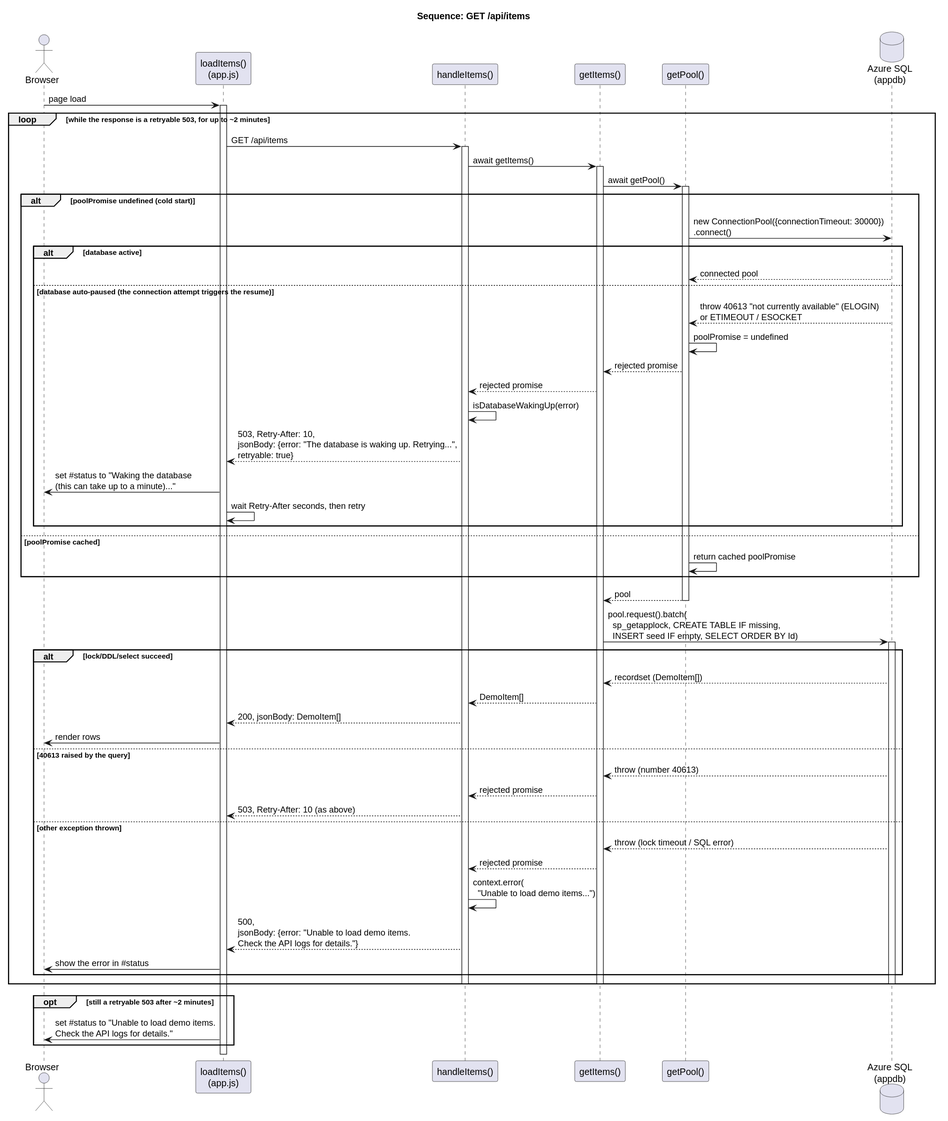
Above: uml/interaction/11-sequence.svg in wolffy-au/frictionless-sample-azure (PlantUML), before the change.
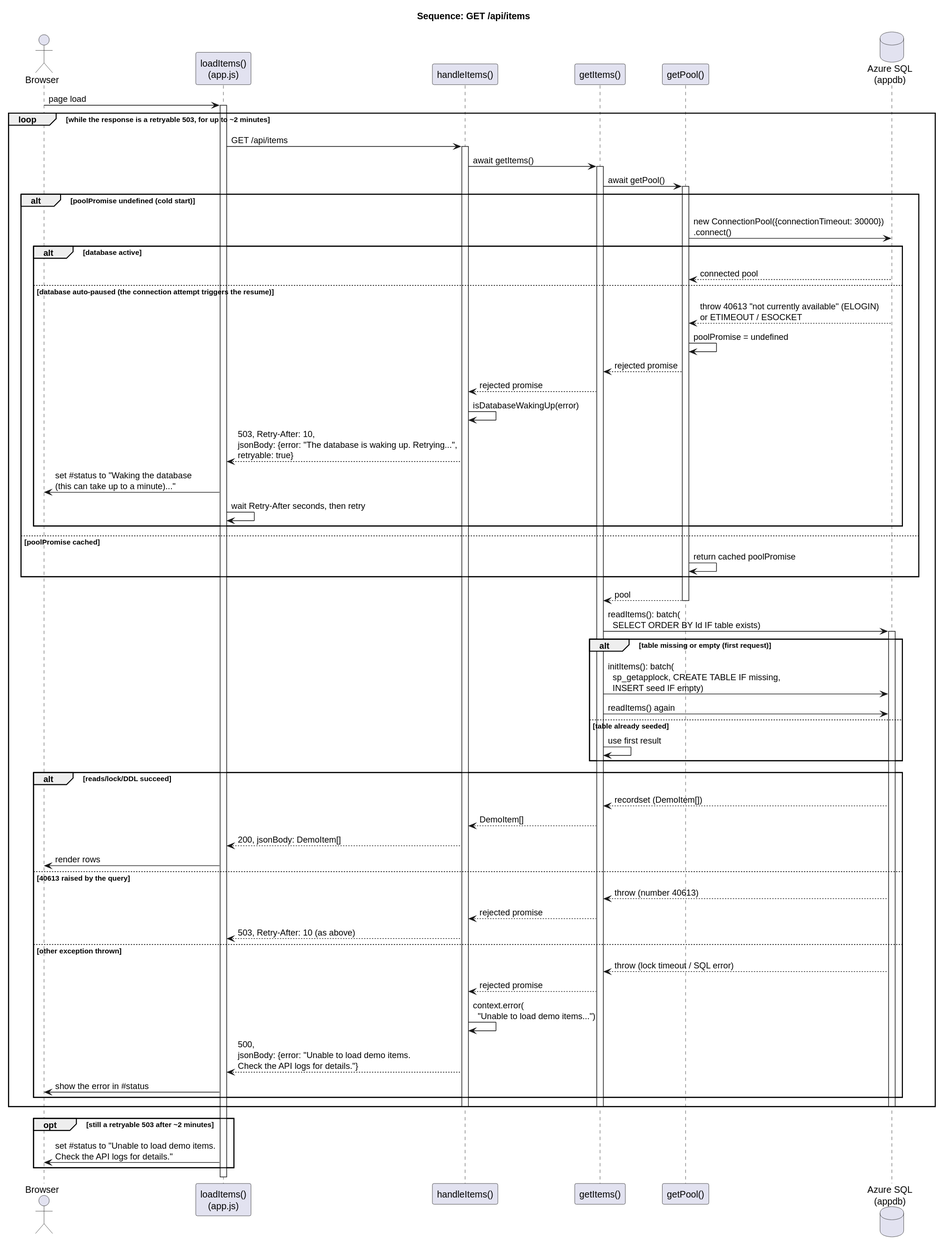
The same diagram one commit later.

What changed in the source:
```diff
@@ -41,10 +41,17 @@
 GetPool --> GetItems : pool
 deactivate GetPool
 
-GetItems -> Sql : pool.request().batch(\n  sp_getapplock, CREATE TABLE IF missing,\n  INSERT seed IF empty, SELECT ORDER BY Id)
+GetItems -> Sql : readItems(): batch(\n  SELECT ORDER BY Id IF table exists)
 activate Sql
 
-alt lock/DDL/select succeed
+alt table missing or empty (first request)
+  GetItems -> Sql : initItems(): batch(\n  sp_getapplock, CREATE TABLE IF missing,\n  INSERT seed IF empty)
+  GetItems -> Sql : readItems() again
+else table already seeded
+  GetItems -> GetItems : use first result
+end
+
+alt reads/lock/DDL succeed
   Sql --> GetItems : recordset (DemoItem[])
   GetItems --> Handler : DemoItem[]
   Handler --> LoadItems : 200, jsonBody: DemoItem[]
```
